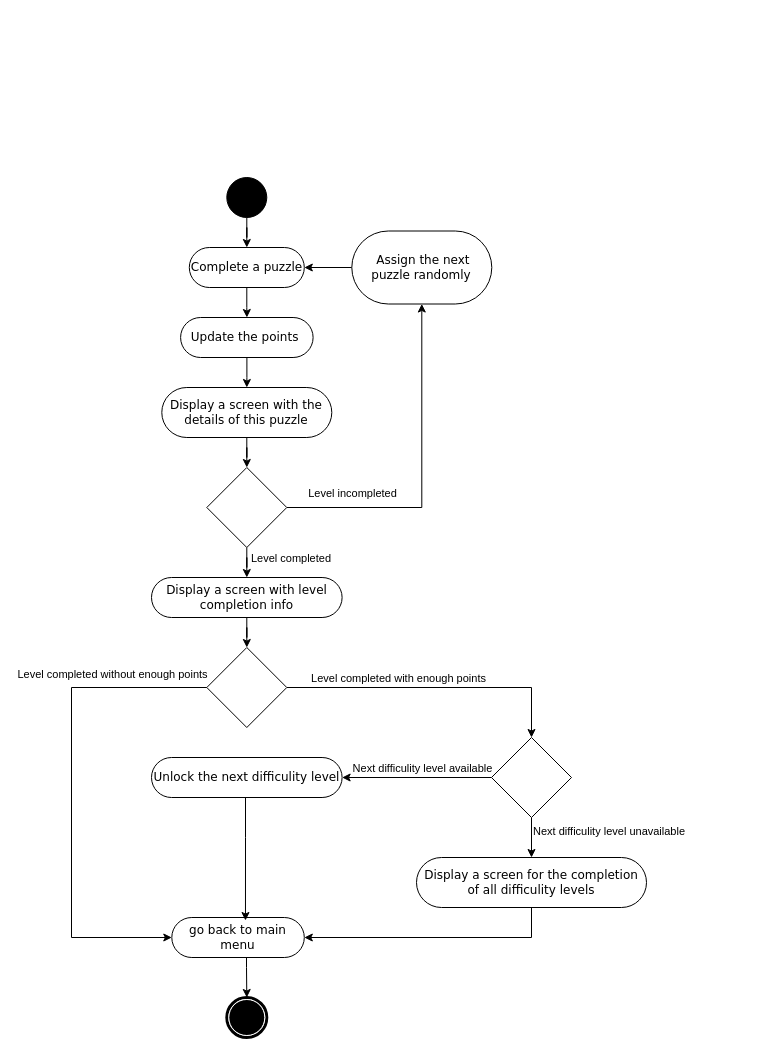
The draw.io diagram play process.drawio in maxinimize/uml, before the edit. Source tidied: cells renumbered, new cells numbered last; positions are measured from the earlier drawing's top-left corner, leaving out a move shared by most shapes. Both pictures are drawn from the tidied source at 100%, with x=0, y=0 at pixel (71, 177).
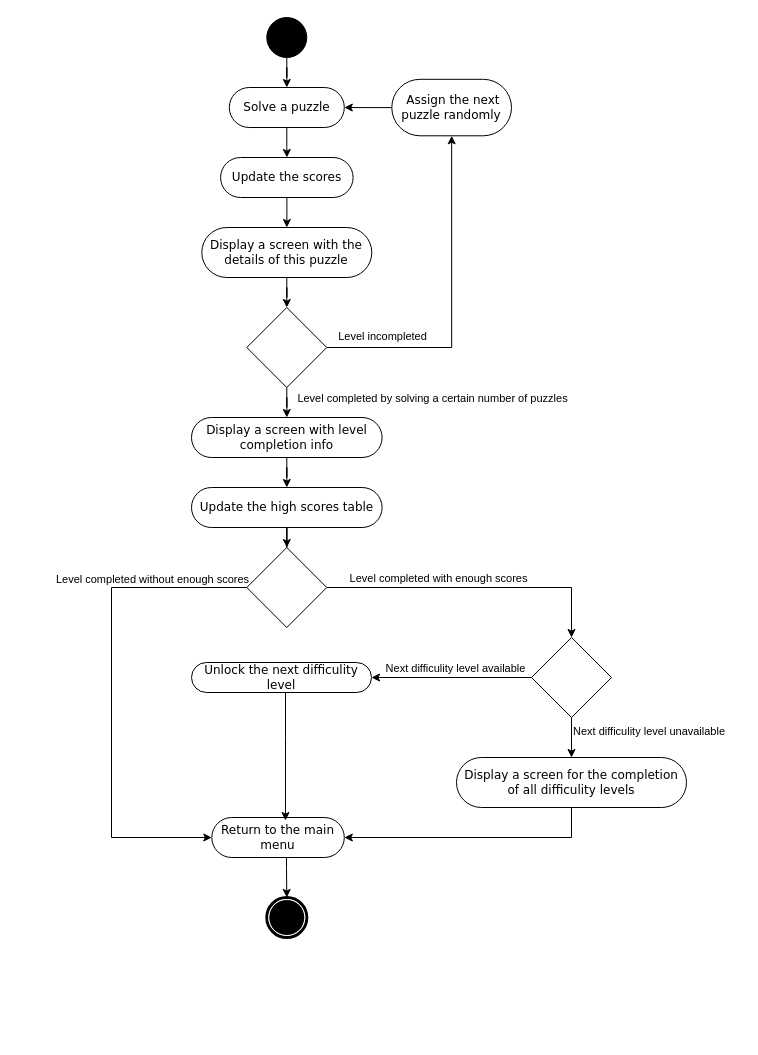
The same diagram, later.

Unchanged cells that the change refers to:
```xml
<mxCell id="11" style="edgeStyle=orthogonalEdgeStyle;rounded=0;jettySize=auto;html=1;entryX=0.5;entryY=0;entryDx=0;entryDy=0;" parent="1" edge="1" source="15" target="17">
  <mxGeometry relative="1" as="geometry" />
</mxCell>
<mxCell id="13" style="edgeStyle=orthogonalEdgeStyle;rounded=0;jettySize=auto;html=1;entryX=0.5;entryY=1;entryDx=0;entryDy=0;" parent="1" edge="1" source="15" target="19">
  <mxGeometry relative="1" as="geometry" />
</mxCell>
<mxCell id="22" style="edgeStyle=orthogonalEdgeStyle;rounded=0;jettySize=auto;html=1;entryX=0.5;entryY=0;entryDx=0;entryDy=0;" parent="1" edge="1" source="26" target="30">
  <mxGeometry relative="1" as="geometry" />
</mxCell>
```

Diff of the diagram source:
```diff
@@
-    <mxCell id="3" value="Update the points&amp;nbsp;" style="rounded=1;whiteSpace=wrap;html=1;shadow=0;comic=0;labelBackgroundColor=none;strokeWidth=1;fontFamily=Verdana;fontSize=12;align=center;arcSize=50;" parent="1" vertex="1">
-      <mxGeometry x="109.1" y="140" width="132.5" height="40" as="geometry" />
+    <mxCell id="3" value="Update the scores" style="rounded=1;whiteSpace=wrap;html=1;shadow=0;comic=0;labelBackgroundColor=none;strokeWidth=1;fontFamily=Verdana;fontSize=12;align=center;arcSize=50;" parent="1" vertex="1">
+      <mxGeometry x="149.1" y="-20" width="132.5" height="40" as="geometry" />
     </mxCell>
@@
     <mxCell id="5" style="ellipse;whiteSpace=wrap;html=1;rounded=0;shadow=0;comic=0;labelBackgroundColor=none;strokeWidth=1;fillColor=#000000;fontFamily=Verdana;fontSize=12;align=center;" parent="1" vertex="1">
-      <mxGeometry x="155.3" width="40" height="40" as="geometry" />
+      <mxGeometry x="195.3" y="-160" width="40" height="40" as="geometry" />
     </mxCell>
     <mxCell id="6" style="shape=mxgraph.bpmn.shape;html=1;verticalLabelPosition=bottom;labelBackgroundColor=#ffffff;verticalAlign=top;perimeter=ellipsePerimeter;outline=end;symbol=terminate;rounded=0;shadow=0;comic=0;strokeWidth=1;fontFamily=Verdana;fontSize=12;align=center;" parent="1" vertex="1">
-      <mxGeometry x="155.3" y="820" width="40" height="40" as="geometry" />
+      <mxGeometry x="195.3" y="720" width="40" height="40" as="geometry" />
     </mxCell>
@@
-    <mxCell id="8" value="Complete a puzzle" style="rounded=1;whiteSpace=wrap;html=1;shadow=0;comic=0;labelBackgroundColor=none;strokeWidth=1;fontFamily=Verdana;fontSize=12;align=center;arcSize=50;" parent="1" vertex="1">
-      <mxGeometry x="117.8" y="70" width="115" height="40" as="geometry" />
+    <mxCell id="8" value="Solve a puzzle" style="rounded=1;whiteSpace=wrap;html=1;shadow=0;comic=0;labelBackgroundColor=none;strokeWidth=1;fontFamily=Verdana;fontSize=12;align=center;arcSize=50;" parent="1" vertex="1">
+      <mxGeometry x="157.8" y="-90" width="115" height="40" as="geometry" />
     </mxCell>
@@
     <mxCell id="10" value="Display a screen with the details of this puzzle" style="rounded=1;whiteSpace=wrap;html=1;shadow=0;comic=0;labelBackgroundColor=none;strokeWidth=1;fontFamily=Verdana;fontSize=12;align=center;arcSize=50;" parent="1" vertex="1">
-      <mxGeometry x="90.3" y="210" width="170" height="50" as="geometry" />
+      <mxGeometry x="130.3" y="50" width="170" height="50" as="geometry" />
     </mxCell>
@@
-    <mxCell id="12" value="Level completed&amp;nbsp;" style="edgeLabel;html=1;align=center;verticalAlign=middle;" parent="11" vertex="1">
+    <mxCell id="12" value="Level completed by solving a certain number of puzzles" style="edgeLabel;html=1;align=center;verticalAlign=middle;" parent="11" vertex="1">
       <mxGeometry x="-0.28" relative="1" as="geometry">
-        <mxPoint x="45" y="-8" as="offset" />
+        <mxPoint x="145" y="-8" as="offset" />
       </mxGeometry>
     </mxCell>
@@
     <mxCell id="14" value="Level incompleted" style="edgeLabel;html=1;align=center;verticalAlign=middle;" parent="13" vertex="1">
       <mxGeometry x="-0.07" y="1" relative="1" as="geometry">
-        <mxPoint x="-69" y="7" as="offset" />
+        <mxPoint x="-69" y="21" as="offset" />
       </mxGeometry>
     </mxCell>
     <mxCell id="15" style="rhombus;whiteSpace=wrap;html=1;" parent="1" vertex="1">
-      <mxGeometry x="135.3" y="290" width="80" height="80" as="geometry" />
+      <mxGeometry x="175.3" y="130" width="80" height="80" as="geometry" />
     </mxCell>
-    <mxCell id="16" style="edgeStyle=orthogonalEdgeStyle;rounded=0;jettySize=auto;html=1;" parent="1" edge="1" source="17" target="26">
-      <mxGeometry relative="1" as="geometry" />
-    </mxCell>
+    <mxCell id="36" style="edgeStyle=orthogonalEdgeStyle;rounded=0;jettySize=auto;html=1;" parent="1" edge="1" source="17" target="38">
+      <mxGeometry relative="1" as="geometry" />
+    </mxCell>
     <mxCell id="17" value="Display a screen with level completion info" style="rounded=1;whiteSpace=wrap;html=1;shadow=0;comic=0;labelBackgroundColor=none;strokeWidth=1;fontFamily=Verdana;fontSize=12;align=center;arcSize=50;" parent="1" vertex="1">
-      <mxGeometry x="80" y="400" width="190.6" height="40" as="geometry" />
+      <mxGeometry x="120" y="240" width="190.6" height="40" as="geometry" />
     </mxCell>
@@
     <mxCell id="19" value="&amp;nbsp;Assign the next puzzle randomly" style="rounded=1;whiteSpace=wrap;html=1;shadow=0;comic=0;labelBackgroundColor=none;strokeWidth=1;fontFamily=Verdana;fontSize=12;align=center;arcSize=50;" parent="1" vertex="1">
-      <mxGeometry x="280.3" y="53.5" width="140" height="73" as="geometry" />
+      <mxGeometry x="320.3" y="-98.2" width="119.7" height="56.5" as="geometry" />
     </mxCell>
     <mxCell id="20" style="edgeStyle=orthogonalEdgeStyle;rounded=0;jettySize=auto;html=1;" parent="1" edge="1" source="21" target="6">
       <mxGeometry relative="1" as="geometry">
         <Array as="points">
-          <mxPoint x="175" y="790" />
-          <mxPoint x="175" y="790" />
+          <mxPoint x="215" y="690" />
+          <mxPoint x="215" y="690" />
         </Array>
       </mxGeometry>
     </mxCell>
-    <mxCell id="21" value="go back to main menu" style="rounded=1;whiteSpace=wrap;html=1;shadow=0;comic=0;labelBackgroundColor=none;strokeWidth=1;fontFamily=Verdana;fontSize=12;align=center;arcSize=50;" parent="1" vertex="1">
-      <mxGeometry x="100.3" y="740" width="132.5" height="40" as="geometry" />
+    <mxCell id="21" value="Return to the main menu" style="rounded=1;whiteSpace=wrap;html=1;shadow=0;comic=0;labelBackgroundColor=none;strokeWidth=1;fontFamily=Verdana;fontSize=12;align=center;arcSize=50;" parent="1" vertex="1">
+      <mxGeometry x="140.3" y="640" width="132.5" height="40" as="geometry" />
     </mxCell>
@@
-    <mxCell id="23" value="Level completed with enough points" style="edgeLabel;html=1;align=center;verticalAlign=middle;" parent="22" vertex="1">
+    <mxCell id="23" value="Level completed with enough scores" style="edgeLabel;html=1;align=center;verticalAlign=middle;" parent="22" vertex="1">
       <mxGeometry x="-0.5" y="1" relative="1" as="geometry">
         <mxPoint x="37" y="-9" as="offset" />
       </mxGeometry>
     </mxCell>
     <mxCell id="24" style="edgeStyle=orthogonalEdgeStyle;rounded=0;jettySize=auto;html=1;entryX=0;entryY=0.5;entryDx=0;entryDy=0;" parent="1" edge="1" source="26" target="21">
       <mxGeometry relative="1" as="geometry">
         <Array as="points">
-          <mxPoint y="510" />
-          <mxPoint y="760" />
+          <mxPoint x="40" y="410" />
+          <mxPoint x="40" y="660" />
         </Array>
       </mxGeometry>
     </mxCell>
-    <mxCell id="25" value="Level completed without enough points" style="edgeLabel;html=1;align=center;verticalAlign=middle;" parent="24" vertex="1">
+    <mxCell id="25" value="Level completed without enough scores" style="edgeLabel;html=1;align=center;verticalAlign=middle;" parent="24" vertex="1">
       <mxGeometry x="-0.07" y="-4" relative="1" as="geometry">
-        <mxPoint x="44" y="-104" as="offset" />
+        <mxPoint x="44" y="-99" as="offset" />
       </mxGeometry>
     </mxCell>
     <mxCell id="26" style="rhombus;whiteSpace=wrap;html=1;" parent="1" vertex="1">
-      <mxGeometry x="135.3" y="470" width="80" height="80" as="geometry" />
+      <mxGeometry x="175.3" y="370" width="80" height="80" as="geometry" />
     </mxCell>
@@
     <mxCell id="30" style="rhombus;whiteSpace=wrap;html=1;" parent="1" vertex="1">
-      <mxGeometry x="420" y="560" width="80" height="80" as="geometry" />
+      <mxGeometry x="460" y="460" width="80" height="80" as="geometry" />
     </mxCell>
     <mxCell id="31" style="edgeStyle=orthogonalEdgeStyle;rounded=0;jettySize=auto;html=1;entryX=0.556;entryY=0.075;entryDx=0;entryDy=0;entryPerimeter=0;" parent="1" edge="1" source="32" target="21">
       <mxGeometry relative="1" as="geometry">
         <Array as="points">
-          <mxPoint x="174" y="660" />
-          <mxPoint x="174" y="660" />
+          <mxPoint x="214" y="560" />
+          <mxPoint x="214" y="560" />
         </Array>
       </mxGeometry>
     </mxCell>
     <mxCell id="32" value="Unlock the next difficulity level" style="rounded=1;whiteSpace=wrap;html=1;shadow=0;comic=0;labelBackgroundColor=none;strokeWidth=1;fontFamily=Verdana;fontSize=12;align=center;arcSize=50;" parent="1" vertex="1">
-      <mxGeometry x="80" y="580" width="190.6" height="40" as="geometry" />
+      <mxGeometry x="120" y="485" width="180" height="30" as="geometry" />
     </mxCell>
@@
     <mxCell id="34" value="Display a screen for the completion of all difficulity levels" style="rounded=1;whiteSpace=wrap;html=1;shadow=0;comic=0;labelBackgroundColor=none;strokeWidth=1;fontFamily=Verdana;fontSize=12;align=center;arcSize=50;" parent="1" vertex="1">
-      <mxGeometry x="345" y="680" width="230" height="50" as="geometry" />
+      <mxGeometry x="385" y="580" width="230" height="50" as="geometry" />
     </mxCell>
     <mxCell id="35" value="&lt;span style=&quot;color: rgb(0, 0, 0); font-family: Helvetica; font-size: 11px; font-style: normal; font-variant-ligatures: normal; font-variant-caps: normal; font-weight: 400; letter-spacing: normal; orphans: 2; text-align: center; text-indent: 0px; text-transform: none; widows: 2; word-spacing: 0px; -webkit-text-stroke-width: 0px; background-color: rgb(255, 255, 255); text-decoration-thickness: initial; text-decoration-style: initial; text-decoration-color: initial; float: none; display: inline !important;&quot;&gt;Next difficulity level unavailable&lt;/span&gt;" style="text;whiteSpace=wrap;html=1;" parent="1" vertex="1">
-      <mxGeometry x="460" y="640" width="170" height="40" as="geometry" />
+      <mxGeometry x="500" y="540" width="170" height="40" as="geometry" />
     </mxCell>
+    <mxCell id="37" style="edgeStyle=orthogonalEdgeStyle;rounded=0;jettySize=auto;html=1;" parent="1" edge="1" source="38" target="26">
+      <mxGeometry relative="1" as="geometry" />
+    </mxCell>
+    <mxCell id="38" value="Update the high scores table" style="rounded=1;whiteSpace=wrap;html=1;shadow=0;comic=0;labelBackgroundColor=none;strokeWidth=1;fontFamily=Verdana;fontSize=12;align=center;arcSize=50;" parent="1" vertex="1">
+      <mxGeometry x="120" y="310" width="190.6" height="40" as="geometry" />
+    </mxCell>
```
